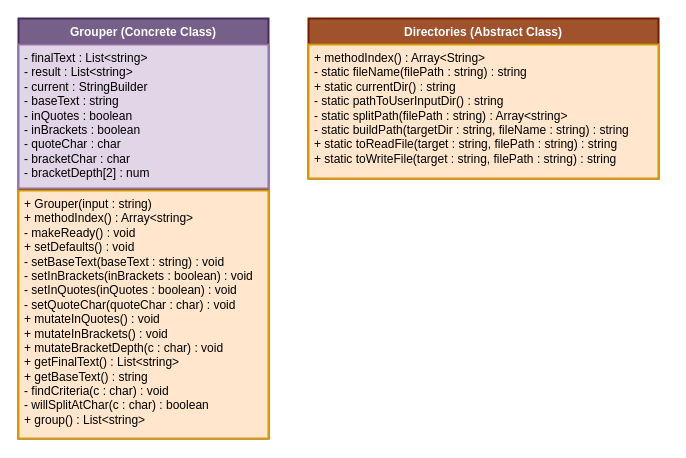
This is dev/ClassDiagrams.drawio from BroerSakki/PseudoCompiler, a draw.io file, before an edit. Source tidied: cells renumbered, new cells numbered last; positions are measured from the earlier drawing's top-left corner, leaving out a move shared by most shapes. Both pictures are drawn from the tidied source at 100%, with x=0, y=0 at pixel (18, 18).
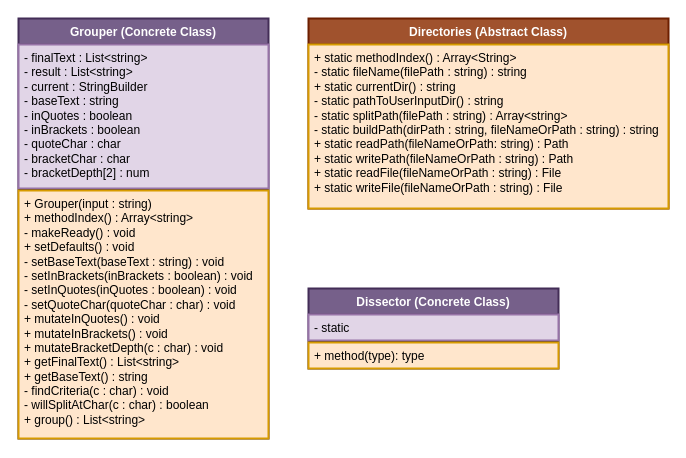
After the change.

The edit, as a diff of the source:
```diff
@@
 <mxGraphModel>
   <root>
     <mxCell id="0" />
     <mxCell id="1" parent="0" />
     <mxCell id="2" value="Grouper (Concrete Class)" style="swimlane;fontStyle=1;align=center;verticalAlign=top;horizontal=1;startSize=26;whiteSpace=wrap;html=1;fillColor=#76608a;strokeColor=#432D57;fontColor=#ffffff;strokeWidth=2;" parent="1" vertex="1">
       <mxGeometry width="250" height="420" as="geometry" />
     </mxCell>
     <mxCell id="3" value="- finalText : List&amp;lt;string&amp;gt;&lt;div&gt;- result : List&amp;lt;string&amp;gt;&lt;/div&gt;&lt;div&gt;- current : StringBuilder&lt;/div&gt;&lt;div&gt;- baseText : string&lt;/div&gt;&lt;div&gt;- inQuotes : boolean&lt;/div&gt;&lt;div&gt;- inBrackets : boolean&lt;/div&gt;&lt;div&gt;- quoteChar : char&lt;/div&gt;&lt;div&gt;- bracketChar : char&lt;/div&gt;&lt;div&gt;- bracketDepth[2] : num&lt;/div&gt;" style="text;strokeColor=#9673a6;fillColor=#e1d5e7;align=left;verticalAlign=top;spacingLeft=4;spacingRight=4;overflow=hidden;whiteSpace=wrap;html=1;strokeWidth=2;" parent="2" vertex="1">
       <mxGeometry y="26" width="250" height="144" as="geometry" />
     </mxCell>
     <mxCell id="4" style="line;strokeWidth=1;fillColor=none;align=left;verticalAlign=middle;spacingTop=-1;spacingLeft=3;spacingRight=3;labelPosition=right;strokeColor=inherit;" parent="2" vertex="1">
       <mxGeometry y="170" width="250" height="2" as="geometry" />
     </mxCell>
     <mxCell id="5" value="+ Grouper(input : string)&lt;div&gt;+ methodIndex() : Array&amp;lt;string&amp;gt;&lt;br&gt;&lt;div&gt;- makeReady() : void&lt;/div&gt;&lt;div&gt;&lt;div&gt;+ setDefaults() : void&lt;/div&gt;&lt;div&gt;- setBaseText(baseText : string) : void&lt;/div&gt;&lt;/div&gt;&lt;div&gt;&lt;span style=&quot;background-color: transparent; color: light-dark(rgb(0, 0, 0), rgb(255, 255, 255));&quot;&gt;- setInBrackets(inBrackets : boolean) : void&lt;/span&gt;&lt;/div&gt;&lt;div&gt;&lt;div&gt;- setInQuotes(inQuotes : boolean) : void&lt;/div&gt;&lt;div&gt;&lt;span style=&quot;background-color: transparent; color: light-dark(rgb(0, 0, 0), rgb(255, 255, 255));&quot;&gt;- setQuoteChar(quoteChar : char) : void&lt;/span&gt;&lt;/div&gt;&lt;div&gt;&lt;span style=&quot;background-color: transparent; color: light-dark(rgb(0, 0, 0), rgb(255, 255, 255));&quot;&gt;+ mutateInQuotes() : void&lt;/span&gt;&lt;/div&gt;&lt;div&gt;+ mutateInBrackets() : void&lt;/div&gt;&lt;div&gt;+ mutateBracketDepth(c : char) : void&lt;/div&gt;&lt;div&gt;+ getFinalText() : List&amp;lt;string&amp;gt;&lt;/div&gt;&lt;/div&gt;&lt;div&gt;+ getBaseText() : string&lt;/div&gt;&lt;div&gt;- findCriteria(c : char) : void&lt;/div&gt;&lt;div&gt;- willSplitAtChar(c : char) : boolean&lt;/div&gt;&lt;div&gt;+ group() : List&amp;lt;string&amp;gt;&lt;/div&gt;&lt;/div&gt;" style="text;strokeColor=#d79b00;fillColor=#ffe6cc;align=left;verticalAlign=top;spacingLeft=4;spacingRight=4;overflow=hidden;whiteSpace=wrap;html=1;strokeWidth=2;" parent="2" vertex="1">
       <mxGeometry y="172" width="250" height="248" as="geometry" />
     </mxCell>
     <mxCell id="6" value="Directories (Abstract Class)" style="swimlane;fontStyle=1;align=center;verticalAlign=top;horizontal=1;startSize=26;whiteSpace=wrap;html=1;fillColor=#a0522d;strokeColor=#6D1F00;fontColor=#ffffff;strokeWidth=2;" parent="1" vertex="1">
-      <mxGeometry x="290" width="350" height="160" as="geometry" />
+      <mxGeometry x="290" width="360" height="190" as="geometry" />
     </mxCell>
-    <mxCell id="7" value="&lt;div&gt;+ methodIndex() : Array&amp;lt;String&amp;gt;&lt;/div&gt;&lt;div&gt;- static fileName(filePath : string) : string&lt;/div&gt;&lt;div&gt;+ static currentDir() : string&lt;/div&gt;- static pathToUserInputDir() : string&lt;div&gt;- static splitPath(filePath : string) : Array&amp;lt;string&amp;gt;&lt;/div&gt;&lt;div&gt;- static buildPath(targetDir : string, fileName : string) : string&lt;/div&gt;&lt;div&gt;+ static toReadFile(&lt;span style=&quot;background-color: transparent; color: light-dark(rgb(0, 0, 0), rgb(255, 255, 255));&quot;&gt;target : string,&amp;nbsp;&lt;/span&gt;&lt;span style=&quot;background-color: transparent; color: light-dark(rgb(0, 0, 0), rgb(255, 255, 255));&quot;&gt;filePath : string) : string&lt;/span&gt;&lt;/div&gt;&lt;div&gt;+ static toWriteFile(&lt;span style=&quot;background-color: transparent; color: light-dark(rgb(0, 0, 0), rgb(255, 255, 255));&quot;&gt;target : string,&amp;nbsp;&lt;/span&gt;&lt;span style=&quot;background-color: transparent; color: light-dark(rgb(0, 0, 0), rgb(255, 255, 255));&quot;&gt;filePath : string) : string&lt;/span&gt;&lt;/div&gt;" style="text;strokeColor=#d79b00;fillColor=#ffe6cc;align=left;verticalAlign=top;spacingLeft=4;spacingRight=4;overflow=hidden;whiteSpace=wrap;html=1;strokeWidth=2;" parent="6" vertex="1">
-      <mxGeometry y="26" width="350" height="134" as="geometry" />
+    <mxCell id="7" value="&lt;div&gt;+ static methodIndex() : Array&amp;lt;String&amp;gt;&lt;/div&gt;&lt;div&gt;- static fileName(filePath : string) : string&lt;/div&gt;&lt;div&gt;+ static currentDir() : string&lt;/div&gt;- static pathToUserInputDir() : string&lt;div&gt;- static splitPath(filePath : string) : Array&amp;lt;string&amp;gt;&lt;/div&gt;&lt;div&gt;- static buildPath(dirPath : string, fileNameOrPath : string) : string&lt;/div&gt;&lt;div&gt;+ static readPath(&lt;span style=&quot;background-color: transparent; color: light-dark(rgb(0, 0, 0), rgb(255, 255, 255));&quot;&gt;fileNameOrPath: string) : Path&lt;/span&gt;&lt;/div&gt;&lt;div&gt;+ static writePath(fileNameOrPath&lt;span style=&quot;background-color: transparent; color: light-dark(rgb(0, 0, 0), rgb(255, 255, 255));&quot;&gt;&amp;nbsp;: string) : Path&lt;/span&gt;&lt;/div&gt;&lt;div&gt;&lt;span style=&quot;background-color: transparent; color: light-dark(rgb(0, 0, 0), rgb(255, 255, 255));&quot;&gt;+ static readFile(&lt;/span&gt;&lt;span style=&quot;background-color: transparent; color: light-dark(rgb(0, 0, 0), rgb(255, 255, 255));&quot;&gt;fileNameOrPath : string) : File&lt;/span&gt;&lt;/div&gt;&lt;div&gt;&lt;span style=&quot;background-color: transparent; color: light-dark(rgb(0, 0, 0), rgb(255, 255, 255));&quot;&gt;+ static writeFile(&lt;/span&gt;&lt;span style=&quot;background-color: transparent; color: light-dark(rgb(0, 0, 0), rgb(255, 255, 255));&quot;&gt;fileNameOrPath : string) : File&lt;/span&gt;&lt;/div&gt;" style="text;strokeColor=#d79b00;fillColor=#ffe6cc;align=left;verticalAlign=top;spacingLeft=4;spacingRight=4;overflow=hidden;whiteSpace=wrap;html=1;strokeWidth=2;" parent="6" vertex="1">
+      <mxGeometry y="26" width="360" height="164" as="geometry" />
     </mxCell>
+    <mxCell id="8" value="Dissector (Concrete Class)" style="swimlane;fontStyle=1;align=center;verticalAlign=top;horizontal=1;startSize=26;whiteSpace=wrap;html=1;fillColor=#76608a;strokeColor=#432D57;fontColor=#ffffff;strokeWidth=2;" parent="1" vertex="1">
+      <mxGeometry x="290" y="270" width="250" height="80" as="geometry" />
+    </mxCell>
+    <mxCell id="9" value="- static" style="text;strokeColor=#9673a6;fillColor=#e1d5e7;align=left;verticalAlign=top;spacingLeft=4;spacingRight=4;overflow=hidden;whiteSpace=wrap;html=1;strokeWidth=2;" parent="8" vertex="1">
+      <mxGeometry y="26" width="250" height="26" as="geometry" />
+    </mxCell>
+    <mxCell id="10" style="line;strokeWidth=1;fillColor=none;align=left;verticalAlign=middle;spacingTop=-1;spacingLeft=3;spacingRight=3;labelPosition=right;strokeColor=inherit;" parent="8" vertex="1">
+      <mxGeometry y="52" width="250" height="2" as="geometry" />
+    </mxCell>
+    <mxCell id="11" value="+ method(type): type" style="text;strokeColor=#d79b00;fillColor=#ffe6cc;align=left;verticalAlign=top;spacingLeft=4;spacingRight=4;overflow=hidden;whiteSpace=wrap;html=1;strokeWidth=2;" parent="8" vertex="1">
+      <mxGeometry y="54" width="250" height="26" as="geometry" />
+    </mxCell>
   </root>
 </mxGraphModel>
```
